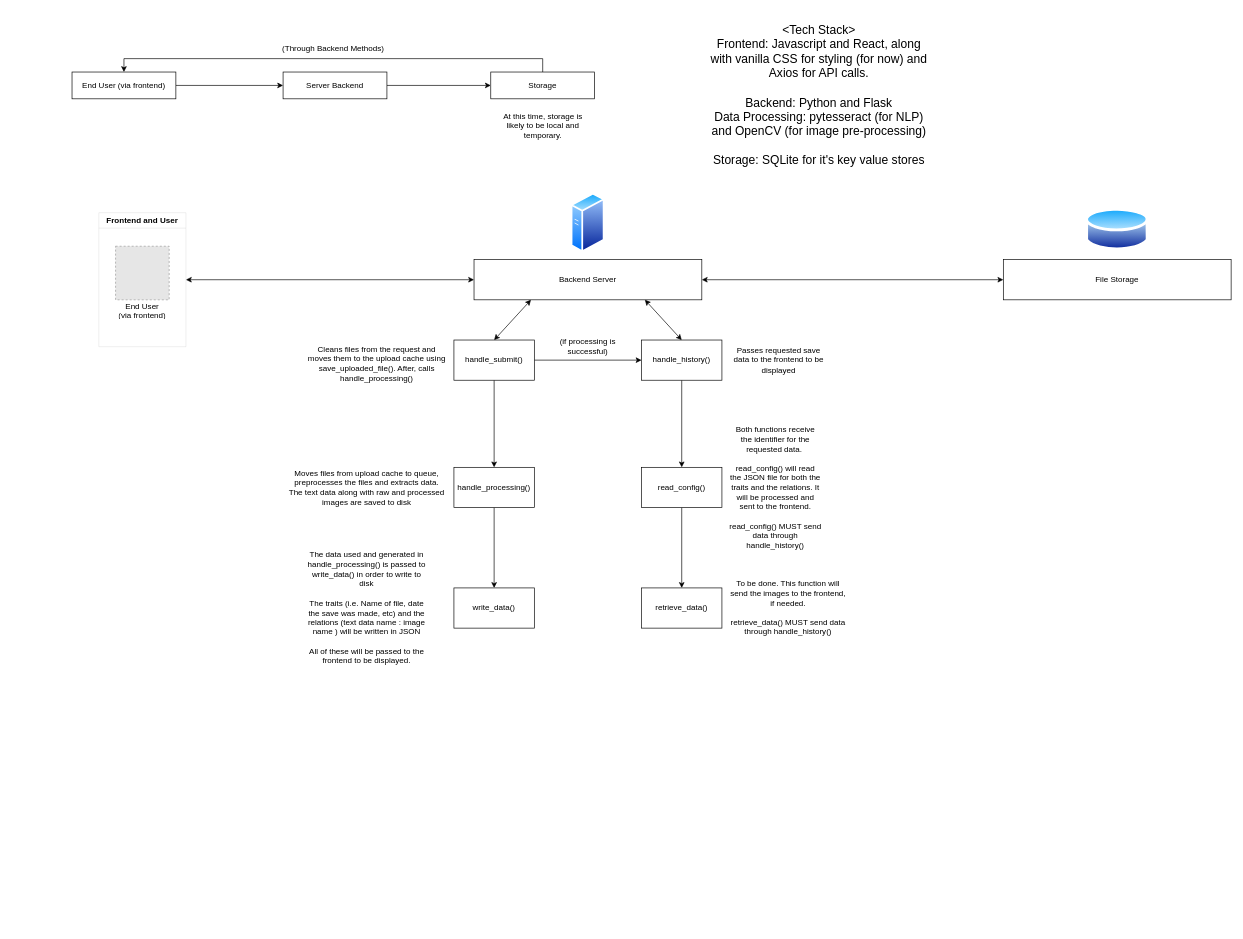
Earlier version of the draw.io diagram designs/Untitled Diagram.drawio (keh1nde/project-formulate). Source tidied: cells renumbered, new cells numbered last; positions are measured from the earlier drawing's top-left corner, leaving out a move shared by most shapes. Both pictures are drawn from the tidied source at 67%, with x=0, y=0 at pixel (72, 11). Pictures stored in the file or linked from it are replaced by grey dashed boxes.
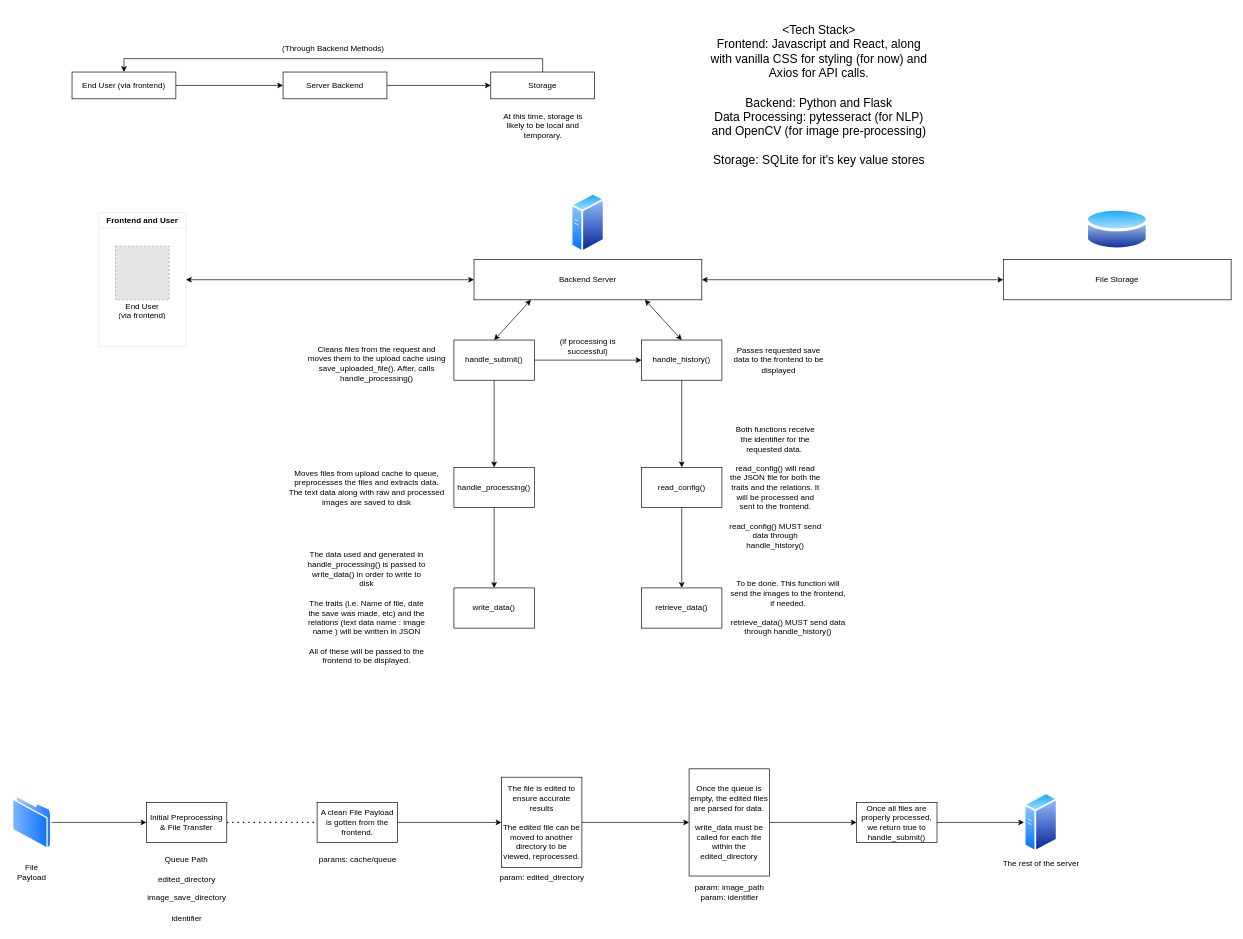
The same page after the edit.

What changed in the source:
```diff
@@
+    <mxCell id="40" style="image;perimeter=ellipsePerimeter;html=1;align=center;shadow=0;dashed=0;spacingTop=3;image=img/lib/active_directory/folder.svg;" parent="1" vertex="1">
+      <mxGeometry x="-89" y="1170" width="58.4" height="80" as="geometry" />
+    </mxCell>
+    <mxCell id="41" value="File Payload" style="text;html=1;align=center;verticalAlign=middle;whiteSpace=wrap;rounded=0;" parent="1" vertex="1">
+      <mxGeometry x="-90" y="1270" width="60" height="30" as="geometry" />
+    </mxCell>
+    <mxCell id="42" value="Initial Preprocessing &amp;amp; File Transfer" style="rounded=0;whiteSpace=wrap;html=1;" parent="1" vertex="1">
+      <mxGeometry x="111" y="1180" width="120" height="60" as="geometry" />
+    </mxCell>
+    <mxCell id="43" value="Queue Path" style="text;html=1;align=center;verticalAlign=middle;whiteSpace=wrap;rounded=0;" parent="1" vertex="1">
+      <mxGeometry x="111" y="1250" width="120" height="30" as="geometry" />
+    </mxCell>
+    <mxCell id="44" value="edited_directory" style="text;html=1;align=center;verticalAlign=middle;strokeColor=none;fillColor=none;" parent="1" vertex="1">
+      <mxGeometry x="116" y="1280" width="110" height="30" as="geometry" />
+    </mxCell>
+    <mxCell id="45" value="image_save_directory" style="text;html=1;align=center;verticalAlign=middle;strokeColor=none;fillColor=none;" parent="1" vertex="1">
+      <mxGeometry x="101" y="1308" width="140" height="30" as="geometry" />
+    </mxCell>
+    <mxCell id="46" value="A clean File Payload is gotten from the frontend." style="rounded=0;whiteSpace=wrap;html=1;" parent="1" vertex="1">
+      <mxGeometry x="365.8" y="1180" width="120" height="60" as="geometry" />
+    </mxCell>
+    <mxCell id="47" style="endArrow=none;dashed=1;html=1;dashPattern=1 3;strokeWidth=2;rounded=0;exitX=1;exitY=0.5;exitDx=0;exitDy=0;entryX=0;entryY=0.5;entryDx=0;entryDy=0;" parent="1" edge="1" source="42" target="46">
+      <mxGeometry relative="1" as="geometry" />
+    </mxCell>
+    <mxCell id="48" style="endArrow=classic;html=1;rounded=0;exitX=1;exitY=0.5;exitDx=0;exitDy=0;entryX=0;entryY=0.5;entryDx=0;entryDy=0;" parent="1" edge="1" source="46" target="50">
+      <mxGeometry relative="1" as="geometry" />
+    </mxCell>
+    <mxCell id="49" style="edgeStyle=orthogonalEdgeStyle;rounded=0;jettySize=auto;html=1;" parent="1" edge="1" source="50" target="53">
+      <mxGeometry relative="1" as="geometry" />
+    </mxCell>
+    <mxCell id="50" value="The file is edited to ensure accurate results&lt;div&gt;&lt;br&gt;&lt;/div&gt;&lt;div&gt;The edited file can be moved to another directory to be viewed, reprocessed.&lt;/div&gt;" style="rounded=0;whiteSpace=wrap;html=1;" parent="1" vertex="1">
+      <mxGeometry x="641" y="1142.5" width="120" height="135" as="geometry" />
+    </mxCell>
+    <mxCell id="51" value="params: cache/queue" style="text;html=1;align=center;verticalAlign=middle;strokeColor=none;fillColor=none;" parent="1" vertex="1">
+      <mxGeometry x="355.8" y="1250" width="140" height="30" as="geometry" />
+    </mxCell>
+    <mxCell id="52" style="edgeStyle=orthogonalEdgeStyle;rounded=0;jettySize=auto;html=1;" parent="1" edge="1" source="53" target="59">
+      <mxGeometry relative="1" as="geometry" />
+    </mxCell>
+    <mxCell id="53" value="Once the queue is empty, the edited files are parsed for data.&lt;div&gt;&lt;br&gt;&lt;/div&gt;&lt;div&gt;write_data must be called for each file within the edited_directory&lt;/div&gt;" style="whiteSpace=wrap;html=1;rounded=0;" parent="1" vertex="1">
+      <mxGeometry x="921" y="1130" width="120" height="160" as="geometry" />
+    </mxCell>
+    <mxCell id="54" value="identifier" style="text;html=1;align=center;verticalAlign=middle;strokeColor=none;fillColor=none;" parent="1" vertex="1">
+      <mxGeometry x="136" y="1338" width="70" height="30" as="geometry" />
+    </mxCell>
+    <mxCell id="55" style="endArrow=classic;html=1;rounded=0;exitX=1;exitY=0.5;exitDx=0;exitDy=0;entryX=0;entryY=0.5;entryDx=0;entryDy=0;" parent="1" edge="1" source="40" target="42">
+      <mxGeometry relative="1" as="geometry" />
+    </mxCell>
+    <mxCell id="56" value="param: image_path&lt;div&gt;param: identifier&lt;/div&gt;" style="text;html=1;align=center;verticalAlign=middle;strokeColor=none;fillColor=none;" parent="1" vertex="1">
+      <mxGeometry x="916" y="1295" width="130" height="40" as="geometry" />
+    </mxCell>
+    <mxCell id="57" value="param: edited_directory" style="text;html=1;align=center;verticalAlign=middle;strokeColor=none;fillColor=none;" parent="1" vertex="1">
+      <mxGeometry x="626" y="1278" width="150" height="30" as="geometry" />
+    </mxCell>
+    <mxCell id="58" style="edgeStyle=orthogonalEdgeStyle;rounded=0;jettySize=auto;html=1;entryX=0;entryY=0.5;entryDx=0;entryDy=0;" parent="1" edge="1" source="59" target="60">
+      <mxGeometry relative="1" as="geometry" />
+    </mxCell>
+    <mxCell id="59" value="Once all files are properly processed, we return true to handle_submit()" style="whiteSpace=wrap;html=1;rounded=0;" parent="1" vertex="1">
+      <mxGeometry x="1171" y="1180" width="120" height="60" as="geometry" />
+    </mxCell>
+    <mxCell id="60" value="The rest of the server" style="image;perimeter=ellipsePerimeter;html=1;align=center;shadow=0;dashed=0;spacingTop=3;image=img/lib/active_directory/generic_server.svg;" parent="1" vertex="1">
+      <mxGeometry x="1421" y="1165" width="50.4" height="90" as="geometry" />
+    </mxCell>
```
